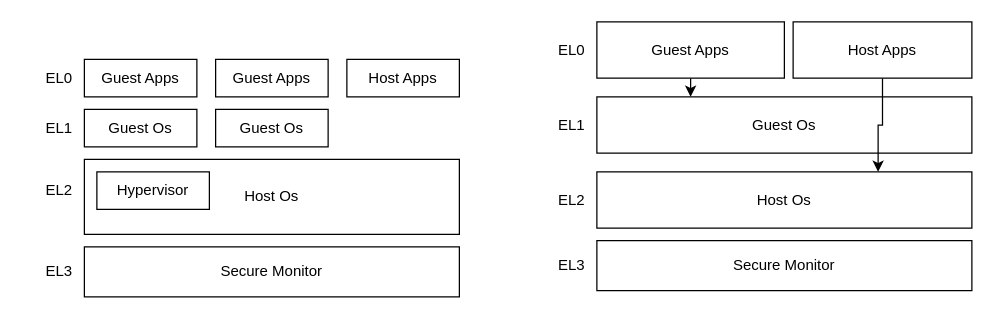
Earlier version of the draw.io diagram page "第 3 页" (3 of 3) of Untitled Diagram.drawio (HDBoy/a-small-cloud). Source tidied: cells renumbered, new cells numbered last; positions are measured from the earlier drawing's top-left corner, leaving out a move shared by most shapes. Both pictures are drawn from the tidied source at 125%, with x=0, y=0 at pixel (21, 21).
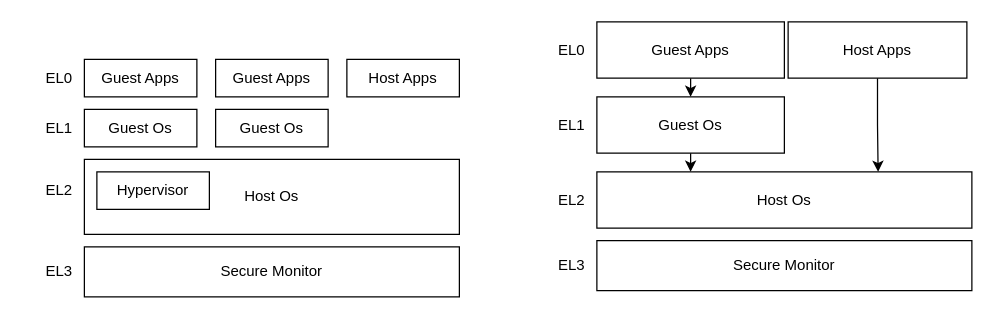
Above is the later version.

Unchanged cells that the change refers to:
```xml
<mxCell id="16" value="Host Os" style="rounded=0;whiteSpace=wrap;html=1;" parent="1" vertex="1">
  <mxGeometry x="460" y="120" width="300" height="45" as="geometry" />
</mxCell>
<mxCell id="22" value="Guest Apps" style="rounded=0;whiteSpace=wrap;html=1;" parent="1" vertex="1">
  <mxGeometry x="460" width="150" height="45" as="geometry" />
</mxCell>
```

Diff of the diagram source:
```diff
@@
+    <mxCell id="25" style="edgeStyle=orthogonalEdgeStyle;rounded=0;jettySize=auto;html=1;exitX=0.5;exitY=1;exitDx=0;exitDy=0;entryX=0.25;entryY=0;entryDx=0;entryDy=0;" parent="1" edge="1" source="20" target="16">
+      <mxGeometry relative="1" as="geometry" />
+    </mxCell>
     <mxCell id="20" value="Guest Os" style="rounded=0;whiteSpace=wrap;html=1;" parent="1" vertex="1">
-      <mxGeometry x="460" y="60" width="300" height="45" as="geometry" />
+      <mxGeometry x="460" y="60" width="150" height="45" as="geometry" />
     </mxCell>
-    <mxCell id="21" style="edgeStyle=orthogonalEdgeStyle;rounded=0;jettySize=auto;html=1;exitX=0.5;exitY=1;exitDx=0;exitDy=0;entryX=0.25;entryY=0;entryDx=0;entryDy=0;" parent="1" edge="1" source="22" target="20">
+    <mxCell id="21" style="edgeStyle=orthogonalEdgeStyle;rounded=0;jettySize=auto;html=1;exitX=0.5;exitY=1;exitDx=0;exitDy=0;entryX=0.5;entryY=0;entryDx=0;entryDy=0;" parent="1" edge="1" source="22" target="20">
       <mxGeometry relative="1" as="geometry" />
     </mxCell>
@@
     <mxCell id="24" value="Host Apps" style="rounded=0;whiteSpace=wrap;html=1;" parent="1" vertex="1">
-      <mxGeometry x="617" width="143" height="45" as="geometry" />
+      <mxGeometry x="613" width="143" height="45" as="geometry" />
     </mxCell>
```
